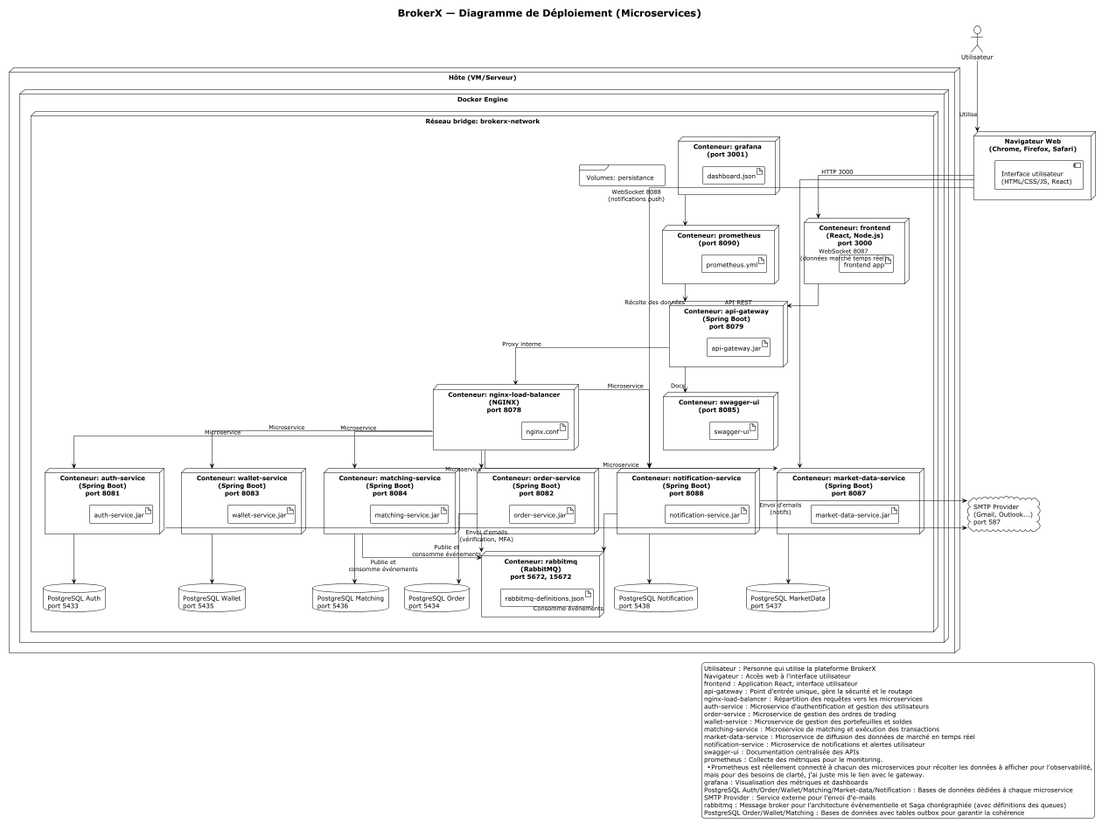
Before: docs/architecture/4+1/deploymentView/deploymentDiagram.png, a diagram exported from PlantUML (Hugo-12341234/BrokerX_MicroServices).
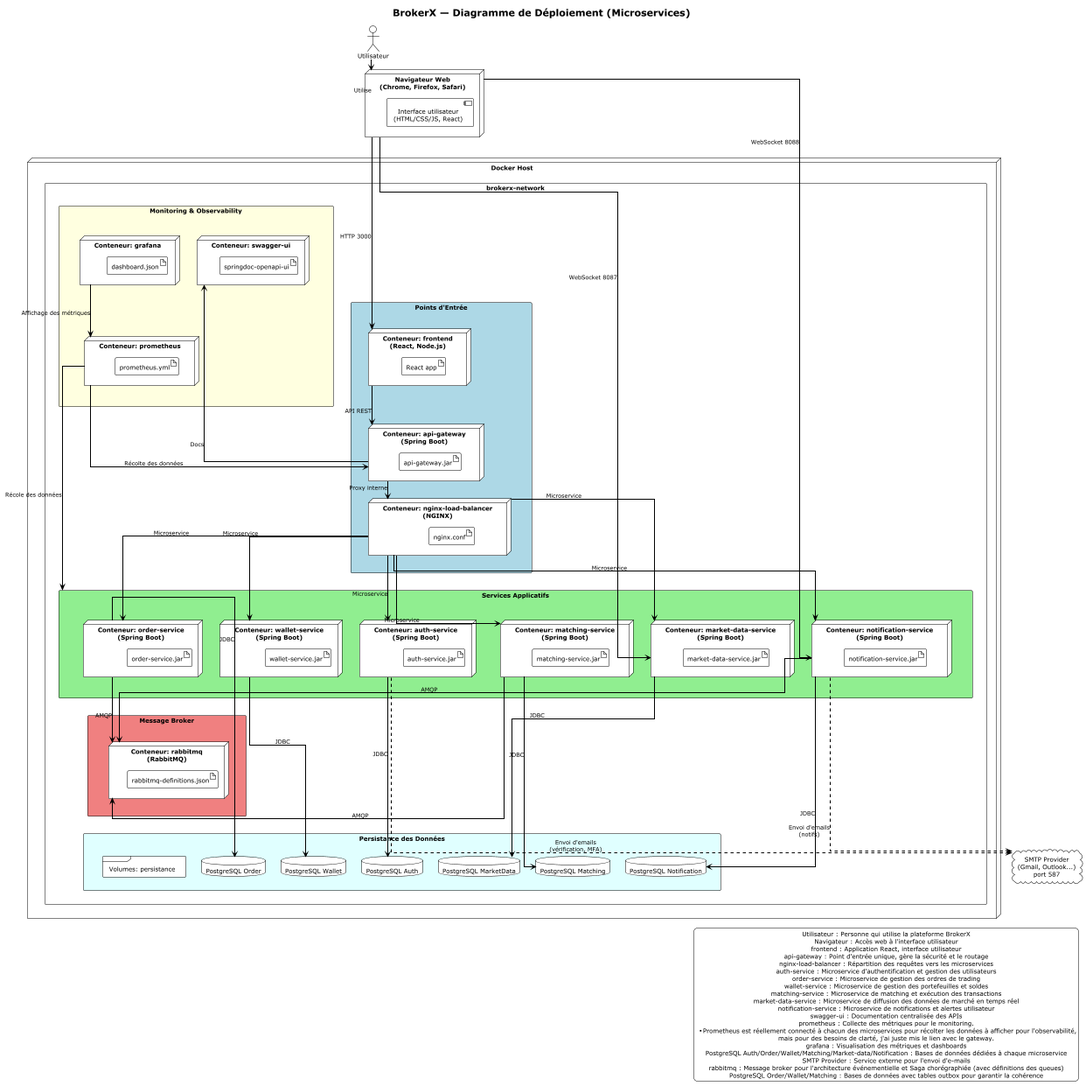
After the change.

Change to the diagram source:
```diff
@@ -4,96 +4,148 @@
 skinparam linetype ortho
 skinparam shadowing false
 skinparam artifactStyle rectangle
+skinparam packageStyle rectangle
+skinparam ArrowThickness 2
+skinparam defaultTextAlignment center
 
 title "BrokerX — Diagramme de Déploiement (Microservices)"
 
-actor "Utilisateur" as User
-
-node "Navigateur Web\n(Chrome, Firefox, Safari)" as Browser {
-  [Interface utilisateur\n(HTML/CSS/JS, React)]
+together {
+  actor "Utilisateur" as User
+  node "Navigateur Web\n(Chrome, Firefox, Safari)" as Browser {
+    [Interface utilisateur\n(HTML/CSS/JS, React)]
+  }
 }
 
-cloud "SMTP Provider\n(Gmail, Outlook...)\nport 587" as SMTP
+node "Docker Host" as Docker {
+  package "brokerx-network" as Network {
 
-node "Hôte (VM/Serveur)" as Host {
-  node "Docker Engine" as Docker {
-    node "Réseau bridge: brokerx-network" as Net {
-      node "Conteneur: frontend\n(React, Node.js)\nport 3000" as FrontendC {
-        artifact "frontend app"
+    package "Monitoring & Observability" as MonitoringLayer #LightYellow {
+      together {
+        node "Conteneur: prometheus" as PrometheusC {
+          artifact "prometheus.yml"
+        }
+        node "Conteneur: grafana" as GrafanaC {
+          artifact "dashboard.json"
+        }
+        node "Conteneur: swagger-ui" as SwaggerC {
+          artifact "springdoc-openapi-ui"
+        }
       }
-      node "Conteneur: nginx-load-balancer\n(NGINX)\nport 8078" as NginxC {
+    }
+
+    package "Points d'Entrée" as EntryLayer #LightBlue {
+      node "Conteneur: frontend\n(React, Node.js)" as FrontendC {
+        artifact "React app"
+      }
+
+      node "Conteneur: api-gateway\n(Spring Boot)" as GatewayC {
+        artifact "api-gateway.jar"
+      }
+
+      node "Conteneur: nginx-load-balancer\n(NGINX)" as NginxC {
         artifact "nginx.conf"
       }
-      node "Conteneur: api-gateway\n(Spring Boot)\nport 8079" as GatewayC {
-        artifact "api-gateway.jar"
+    }
+
+    package "Services Applicatifs" as ServiceLayer #LightGreen {
+      together {
+        node "Conteneur: auth-service\n(Spring Boot)" as AuthC {
+          artifact "auth-service.jar"
+        }
+
+        node "Conteneur: order-service\n(Spring Boot)" as OrderC {
+          artifact "order-service.jar"
+        }
+
+        node "Conteneur: wallet-service\n(Spring Boot)" as WalletC {
+          artifact "wallet-service.jar"
+        }
       }
-      node "Conteneur: auth-service\n(Spring Boot)\nport 8081" as AuthC {
-        artifact "auth-service.jar"
+
+      together {
+        node "Conteneur: matching-service\n(Spring Boot)" as MatchingC {
+          artifact "matching-service.jar"
+        }
+
+        node "Conteneur: market-data-service\n(Spring Boot)" as MarketDataC {
+          artifact "market-data-service.jar"
+        }
+
+        node "Conteneur: notification-service\n(Spring Boot)" as NotificationC {
+          artifact "notification-service.jar"
+        }
       }
-      node "Conteneur: order-service\n(Spring Boot)\nport 8082" as OrderC {
-        artifact "order-service.jar"
-      }
-      node "Conteneur: wallet-service\n(Spring Boot)\nport 8083" as WalletC {
-        artifact "wallet-service.jar"
-      }
-      node "Conteneur: matching-service\n(Spring Boot)\nport 8084" as MatchingC {
-        artifact "matching-service.jar"
-      }
-      node "Conteneur: market-data-service\n(Spring Boot)\nport 8087" as MarketDataC {
-        artifact "market-data-service.jar"
-      }
-      node "Conteneur: notification-service\n(Spring Boot)\nport 8088" as NotificationC {
-        artifact "notification-service.jar"
-      }
-      node "Conteneur: swagger-ui\n(port 8085)" as SwaggerC {
-        artifact "swagger-ui"
-      }
-      node "Conteneur: prometheus\n(port 8090)" as PrometheusC {
-        artifact "prometheus.yml"
-      }
-      node "Conteneur: grafana\n(port 3001)" as GrafanaC {
-        artifact "dashboard.json"
-      }
-      node "Conteneur: rabbitmq\n(RabbitMQ)\nport 5672, 15672" as RabbitMQC {
+    }
+
+    package "Message Broker" as MessagingLayer #LightCoral {
+      node "Conteneur: rabbitmq\n(RabbitMQ)" as RabbitMQC {
         artifact "rabbitmq-definitions.json"
       }
-      database "PostgreSQL Auth\nport 5433" as DBAuth
-      database "PostgreSQL Order\nport 5434" as DBOrder
-      database "PostgreSQL Wallet\nport 5435" as DBWallet
-      database "PostgreSQL Matching\nport 5436" as DBMatching
-      database "PostgreSQL MarketData\nport 5437" as DBMarketData
-      database "PostgreSQL Notification\nport 5438" as DBNotification
+    }
+
+    package "Persistance des Données" as DataLayer #LightCyan {
+      together {
+        database "PostgreSQL Auth" as DBAuth
+        database "PostgreSQL Order" as DBOrder
+        database "PostgreSQL Wallet" as DBWallet
+      }
+
+      together {
+        database "PostgreSQL Matching" as DBMatching
+        database "PostgreSQL MarketData" as DBMarketData
+        database "PostgreSQL Notification" as DBNotification
+      }
+
       frame "Volumes: persistance" as Volumes
     }
   }
 }
 
+cloud "SMTP Provider\n(Gmail, Outlook...)\nport 587" as SMTP
+
+User -[hidden]down-> Docker
+Browser -[hidden]down-> Docker
+DataLayer -[hidden]right-> SMTP
+
 User --> Browser : Utilise
 Browser --> FrontendC : HTTP 3000
-Browser --> MarketDataC : "WebSocket 8087\n(données marché temps réel)"
-Browser --> NotificationC : "WebSocket 8088\n(notifications push)"
+Browser -right-> MarketDataC : "WebSocket 8087"
+Browser --> NotificationC : "WebSocket 8088"
+
 FrontendC --> GatewayC : API REST
 GatewayC --> NginxC : Proxy interne
+GatewayC --> SwaggerC : Docs
+
 NginxC --> AuthC : Microservice
 NginxC --> OrderC : Microservice
 NginxC --> WalletC : Microservice
 NginxC --> MatchingC : Microservice
 NginxC --> MarketDataC : Microservice
 NginxC --> NotificationC : Microservice
-AuthC --> DBAuth
-OrderC --> DBOrder
-WalletC --> DBWallet
-MatchingC --> DBMatching
-MarketDataC --> DBMarketData
-NotificationC --> DBNotification
-GatewayC --> SwaggerC : Docs
+
+AuthC --> DBAuth : JDBC
+OrderC --> DBOrder : JDBC
+WalletC --> DBWallet : JDBC
+MatchingC --> DBMatching : JDBC
+MarketDataC --> DBMarketData : JDBC
+NotificationC --> DBNotification : JDBC
+
+OrderC --> RabbitMQC : AMQP
+MatchingC --> RabbitMQC : AMQP
+NotificationC --> RabbitMQC : AMQP
+
 PrometheusC --> GatewayC : Récolte des données
-GrafanaC --> PrometheusC
-AuthC -right-> SMTP : "Envoi d'emails\n(vérification, MFA)"
-NotificationC -right-> SMTP : "Envoi d'emails\n(notifs)"
-OrderC --> RabbitMQC : "Publie et\nconsomme événements"
-MatchingC --> RabbitMQC : "Publie et\nconsomme événements"
-NotificationC --> RabbitMQC : "Consomme événements"
+PrometheusC --> ServiceLayer : Récole des données
+GrafanaC --> PrometheusC : Affichage des métriques
+
+AuthC ..> SMTP : "Envoi d'emails\n(vérification, MFA)"
+NotificationC ..> SMTP : "Envoi d'emails\n(notifs)"
+
+MonitoringLayer -[hidden]down-> EntryLayer
+EntryLayer -[hidden]down-> ServiceLayer
+ServiceLayer -[hidden]down-> MessagingLayer
+MessagingLayer -[hidden]down-> DataLayer
 
 legend right
 Utilisateur : Personne qui utilise la plateforme BrokerX
```
